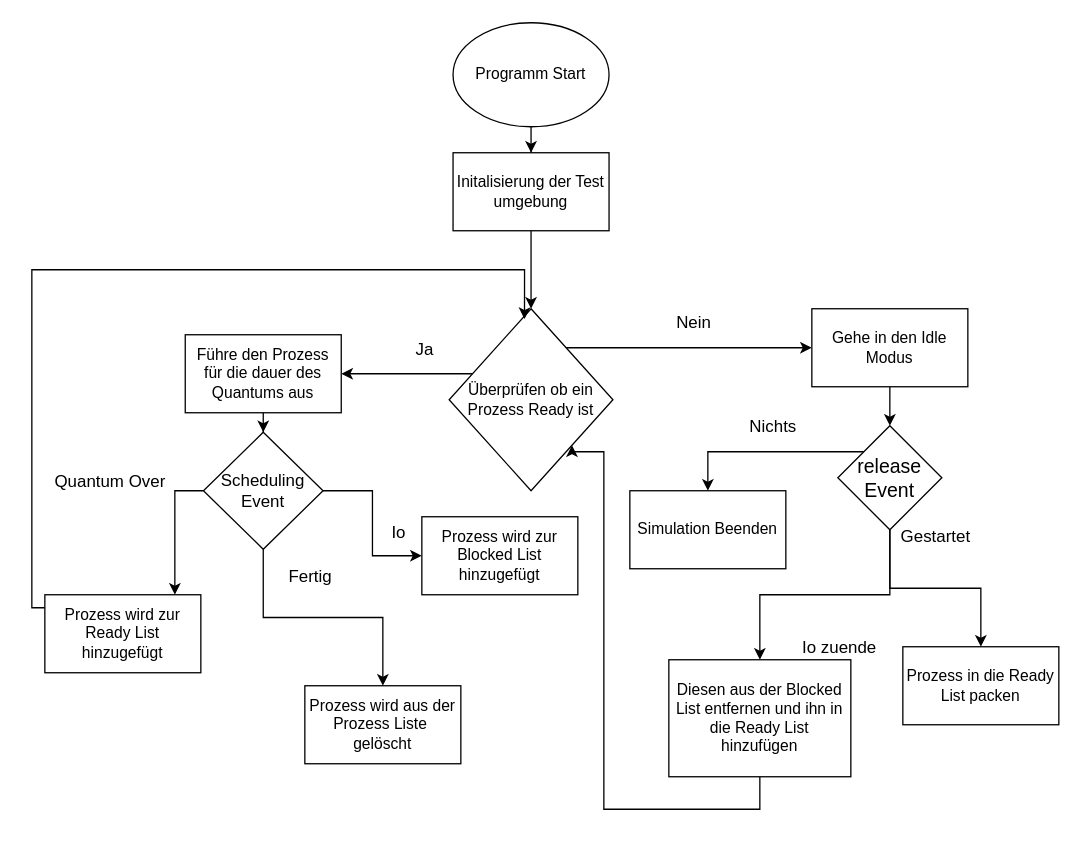
Earlier version of the draw.io diagram Unbenanntes Diagramm.drawio (Zocker7sea/Scheduling). Source tidied: cells renumbered, new cells numbered last; positions are measured from the earlier drawing's top-left corner, leaving out a move shared by most shapes. Both pictures are drawn from the tidied source at 130%, with x=0, y=0 at pixel (31, 22).
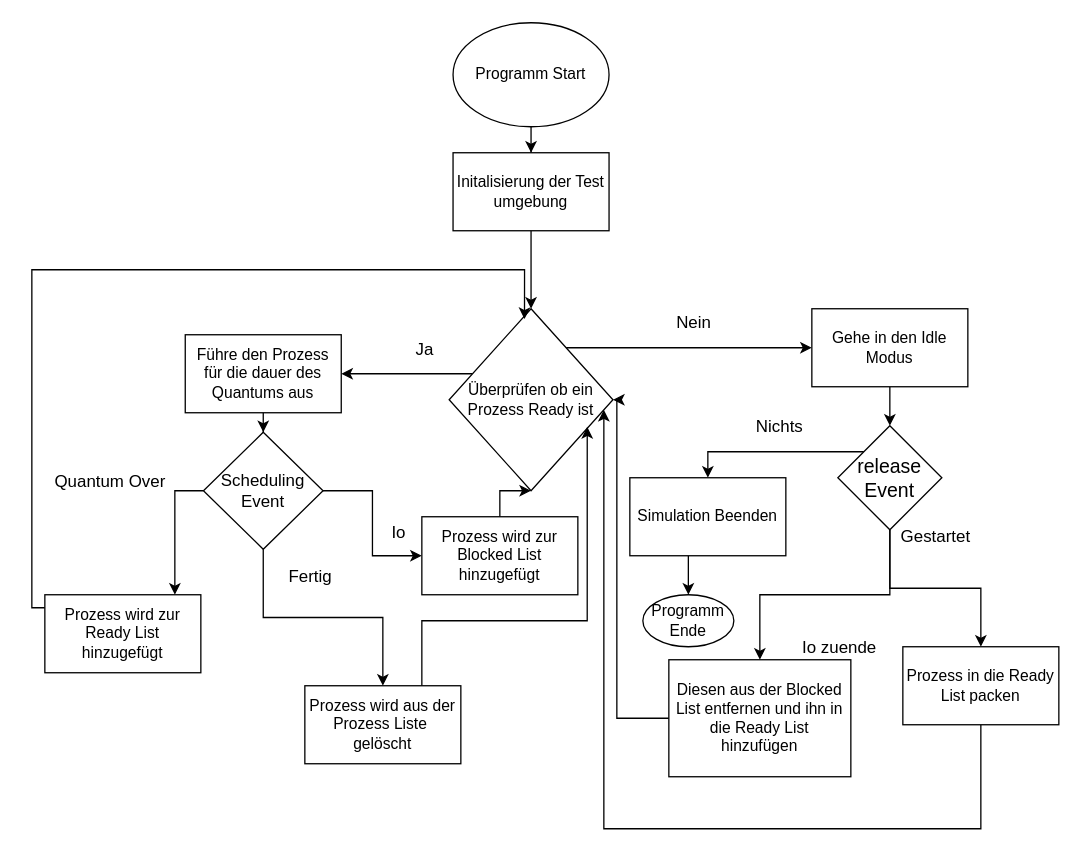
The same diagram, later.

The change refers to these unchanged cells:
```xml
<mxCell id="9" value="Überprüfen ob ein Prozess Ready ist" style="rhombus;whiteSpace=wrap;html=1;rounded=0;" parent="1" vertex="1">
  <mxGeometry x="321" y="220" width="126" height="140" as="geometry" />
</mxCell>
<mxCell id="18" value="Prozess wird aus der Prozess Liste&amp;nbsp; gelöscht" style="whiteSpace=wrap;html=1;rounded=0;" parent="1" vertex="1">
  <mxGeometry x="210" y="510" width="120" height="60" as="geometry" />
</mxCell>
<mxCell id="19" value="Prozess wird zur Blocked List hinzugefügt" style="whiteSpace=wrap;html=1;rounded=0;" parent="1" vertex="1">
  <mxGeometry x="300" y="380" width="120" height="60" as="geometry" />
</mxCell>
<mxCell id="28" value="Diesen aus der Blocked List entfernen und ihn in die Ready List hinzufügen" style="whiteSpace=wrap;html=1;rounded=0;" parent="1" vertex="1">
  <mxGeometry x="490" y="490" width="140" height="90" as="geometry" />
</mxCell>
<mxCell id="29" value="Prozess in die Ready List packen" style="whiteSpace=wrap;html=1;rounded=0;" parent="1" vertex="1">
  <mxGeometry x="670" y="480" width="120" height="60" as="geometry" />
</mxCell>
```

The edit, as a diff of the source:
```diff
@@
+    <mxCell id="30" style="edgeStyle=orthogonalEdgeStyle;rounded=0;jettySize=auto;html=1;entryX=0.843;entryY=0.649;entryDx=0;entryDy=0;entryPerimeter=0;" parent="1" edge="1" source="18" target="9">
+      <mxGeometry relative="1" as="geometry">
+        <Array as="points">
+          <mxPoint x="300" y="460" />
+          <mxPoint x="427" y="460" />
+        </Array>
+      </mxGeometry>
+    </mxCell>
@@
+    <mxCell id="31" style="edgeStyle=orthogonalEdgeStyle;rounded=0;jettySize=auto;html=1;" parent="1" edge="1" source="19" target="9">
+      <mxGeometry relative="1" as="geometry" />
+    </mxCell>
@@
+    <mxCell id="32" style="edgeStyle=orthogonalEdgeStyle;rounded=0;jettySize=auto;html=1;" parent="1" edge="1" source="26" target="34">
+      <mxGeometry relative="1" as="geometry">
+        <Array as="points">
+          <mxPoint x="505" y="420" />
+          <mxPoint x="505" y="420" />
+        </Array>
+      </mxGeometry>
+    </mxCell>
     <mxCell id="26" value="Simulation Beenden" style="whiteSpace=wrap;html=1;rounded=0;" parent="1" vertex="1">
-      <mxGeometry x="460" y="360" width="120" height="60" as="geometry" />
+      <mxGeometry x="460" y="350" width="120" height="60" as="geometry" />
     </mxCell>
-    <mxCell id="27" style="edgeStyle=orthogonalEdgeStyle;rounded=0;jettySize=auto;html=1;fontSize=14;entryX=1;entryY=1;entryDx=0;entryDy=0;" parent="1" edge="1" source="28" target="9">
+    <mxCell id="27" style="edgeStyle=orthogonalEdgeStyle;rounded=0;jettySize=auto;html=1;entryX=1;entryY=0.5;entryDx=0;entryDy=0;" parent="1" edge="1" source="28" target="9">
       <mxGeometry relative="1" as="geometry">
         <Array as="points">
-          <mxPoint x="440" y="605" />
-          <mxPoint x="440" y="330" />
-          <mxPoint x="416" y="330" />
+          <mxPoint x="450" y="535" />
+          <mxPoint x="450" y="290" />
         </Array>
       </mxGeometry>
     </mxCell>
@@
+    <mxCell id="33" style="edgeStyle=orthogonalEdgeStyle;rounded=0;jettySize=auto;html=1;" parent="1" edge="1" source="29" target="9">
+      <mxGeometry relative="1" as="geometry">
+        <Array as="points">
+          <mxPoint x="730" y="620" />
+          <mxPoint x="440" y="620" />
+        </Array>
+      </mxGeometry>
+    </mxCell>
@@
+    <mxCell id="34" value="Programm Ende" style="ellipse;whiteSpace=wrap;html=1;" parent="1" vertex="1">
+      <mxGeometry x="470" y="440" width="70" height="40" as="geometry" />
+    </mxCell>
```
